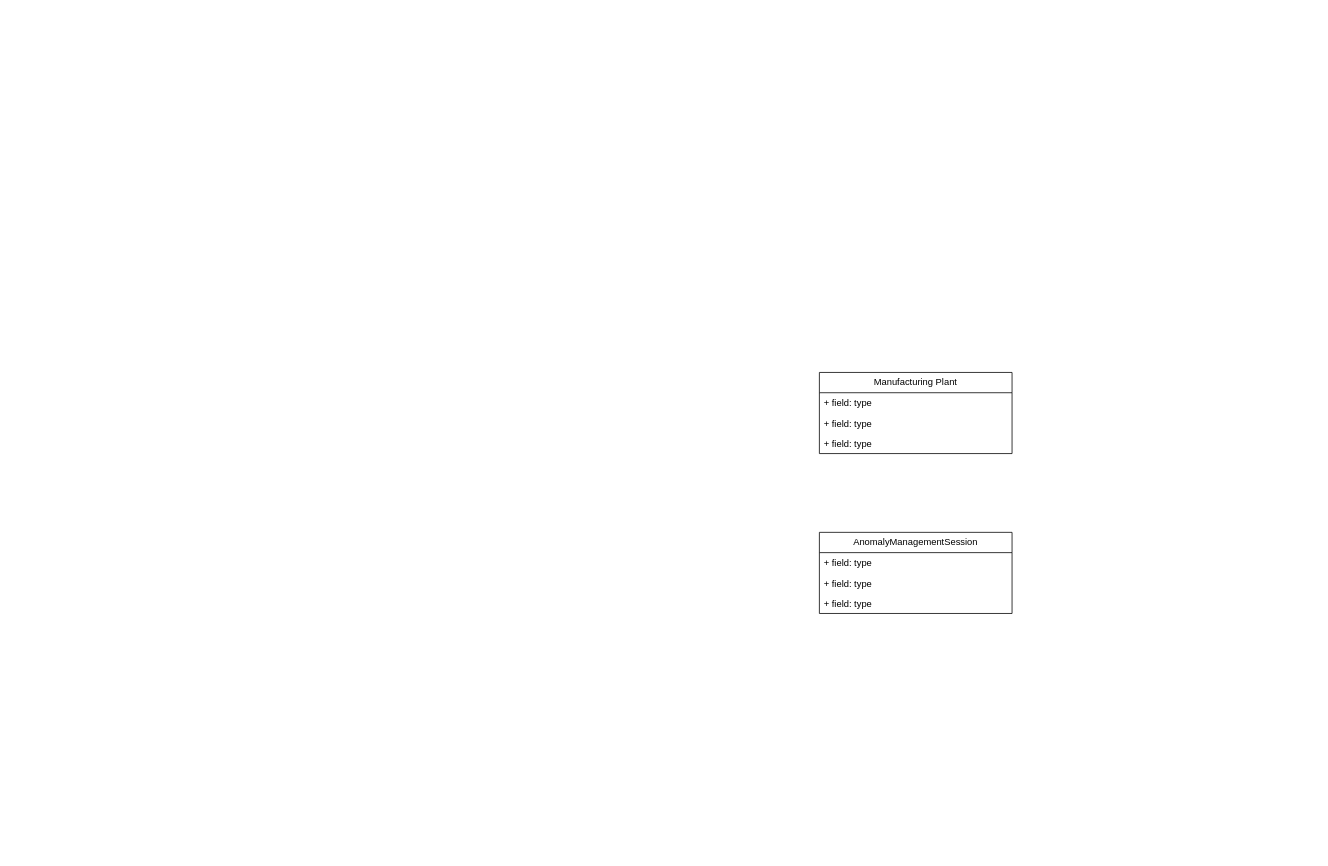
Before: class_diagram_refine.drawio in ShineSoYoung/TEST, a draw.io diagram. Source tidied: cells renumbered, new cells numbered last; positions are measured from the earlier drawing's top-left corner, leaving out a move shared by most shapes. Both pictures are drawn from the tidied source at 78%, with x=0, y=0 at pixel (819, 372).
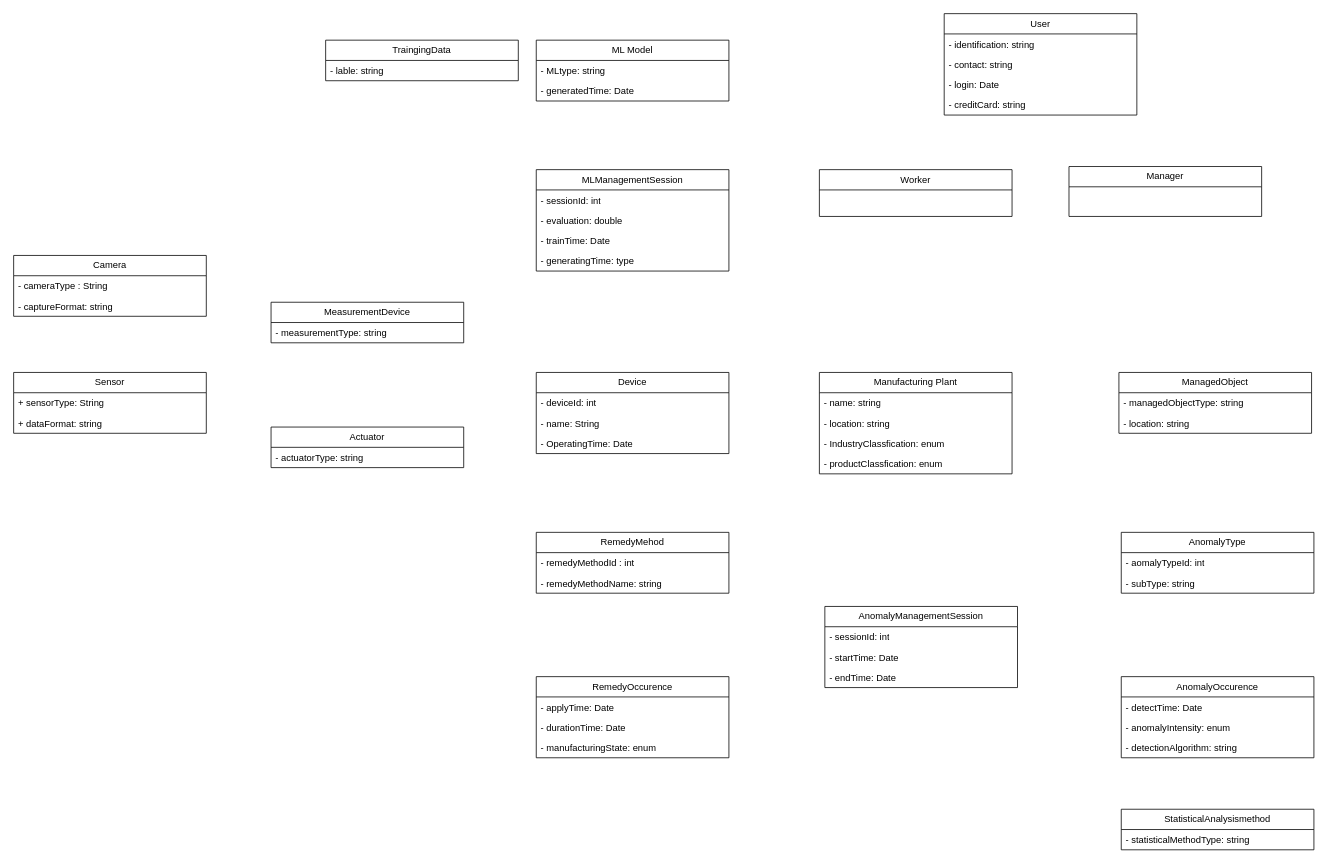
The same diagram, later.

The edit, as a diff of the source:
```diff
@@
     <mxCell id="2" value="Manufacturing Plant" style="swimlane;fontStyle=0;horizontal=1;startSize=26;fillColor=none;whiteSpace=wrap;html=1;" parent="1" vertex="1">
-      <mxGeometry width="247" height="104" as="geometry" />
+      <mxGeometry width="247" height="130" as="geometry" />
     </mxCell>
-    <mxCell id="3" value="+ field: type" style="text;strokeColor=none;fillColor=none;align=left;verticalAlign=top;spacingLeft=4;spacingRight=4;overflow=hidden;whiteSpace=wrap;html=1;" parent="2" vertex="1">
+    <mxCell id="3" value="- name: string" style="text;strokeColor=none;fillColor=none;align=left;verticalAlign=top;spacingLeft=4;spacingRight=4;overflow=hidden;whiteSpace=wrap;html=1;" parent="2" vertex="1">
       <mxGeometry y="26" width="247" height="26" as="geometry" />
     </mxCell>
-    <mxCell id="4" value="+ field: type" style="text;strokeColor=none;fillColor=none;align=left;verticalAlign=top;spacingLeft=4;spacingRight=4;overflow=hidden;whiteSpace=wrap;html=1;" parent="2" vertex="1">
+    <mxCell id="4" value="- location: string" style="text;strokeColor=none;fillColor=none;align=left;verticalAlign=top;spacingLeft=4;spacingRight=4;overflow=hidden;whiteSpace=wrap;html=1;" parent="2" vertex="1">
       <mxGeometry y="52" width="247" height="26" as="geometry" />
     </mxCell>
-    <mxCell id="5" value="+ field: type" style="text;strokeColor=none;fillColor=none;align=left;verticalAlign=top;spacingLeft=4;spacingRight=4;overflow=hidden;whiteSpace=wrap;html=1;" parent="2" vertex="1">
+    <mxCell id="5" value="- IndustryClassfication: enum" style="text;strokeColor=none;fillColor=none;align=left;verticalAlign=top;spacingLeft=4;spacingRight=4;overflow=hidden;whiteSpace=wrap;html=1;" parent="2" vertex="1">
       <mxGeometry y="78" width="247" height="26" as="geometry" />
     </mxCell>
+    <mxCell id="10" value="- productClassfication: enum" style="text;strokeColor=none;fillColor=none;align=left;verticalAlign=top;spacingLeft=4;spacingRight=4;overflow=hidden;whiteSpace=wrap;html=1;" parent="2" vertex="1">
+      <mxGeometry y="104" width="247" height="26" as="geometry" />
+    </mxCell>
     <mxCell id="6" value="AnomalyManagementSession" style="swimlane;fontStyle=0;horizontal=1;startSize=26;fillColor=none;whiteSpace=wrap;html=1;" parent="1" vertex="1">
-      <mxGeometry y="205" width="247" height="104" as="geometry" />
+      <mxGeometry x="7" y="300" width="247" height="104" as="geometry" />
     </mxCell>
+    <mxCell id="11" value="- sessionId: int" style="text;strokeColor=none;fillColor=none;align=left;verticalAlign=top;spacingLeft=4;spacingRight=4;overflow=hidden;whiteSpace=wrap;html=1;" parent="6" vertex="1">
+      <mxGeometry y="26" width="247" height="26" as="geometry" />
+    </mxCell>
-    <mxCell id="7" value="+ field: type" style="text;strokeColor=none;fillColor=none;align=left;verticalAlign=top;spacingLeft=4;spacingRight=4;overflow=hidden;whiteSpace=wrap;html=1;" parent="6" vertex="1">
-      <mxGeometry y="26" width="247" height="26" as="geometry" />
+    <mxCell id="7" value="- startTime: Date" style="text;strokeColor=none;fillColor=none;align=left;verticalAlign=top;spacingLeft=4;spacingRight=4;overflow=hidden;whiteSpace=wrap;html=1;" parent="6" vertex="1">
+      <mxGeometry y="52" width="247" height="26" as="geometry" />
     </mxCell>
-    <mxCell id="8" value="+ field: type" style="text;strokeColor=none;fillColor=none;align=left;verticalAlign=top;spacingLeft=4;spacingRight=4;overflow=hidden;whiteSpace=wrap;html=1;" parent="6" vertex="1">
-      <mxGeometry y="52" width="247" height="26" as="geometry" />
+    <mxCell id="8" value="- endTime: Date" style="text;strokeColor=none;fillColor=none;align=left;verticalAlign=top;spacingLeft=4;spacingRight=4;overflow=hidden;whiteSpace=wrap;html=1;" parent="6" vertex="1">
+      <mxGeometry y="78" width="247" height="26" as="geometry" />
     </mxCell>
-    <mxCell id="9" value="+ field: type" style="text;strokeColor=none;fillColor=none;align=left;verticalAlign=top;spacingLeft=4;spacingRight=4;overflow=hidden;whiteSpace=wrap;html=1;" parent="6" vertex="1">
-      <mxGeometry y="78" width="247" height="26" as="geometry" />
-    </mxCell>
+    <mxCell id="12" value="Device" style="swimlane;fontStyle=0;horizontal=1;startSize=26;fillColor=none;whiteSpace=wrap;html=1;" parent="1" vertex="1">
+      <mxGeometry x="-363" width="247" height="104" as="geometry" />
+    </mxCell>
+    <mxCell id="13" value="- deviceId: int" style="text;strokeColor=none;fillColor=none;align=left;verticalAlign=top;spacingLeft=4;spacingRight=4;overflow=hidden;whiteSpace=wrap;html=1;" parent="12" vertex="1">
+      <mxGeometry y="26" width="247" height="26" as="geometry" />
+    </mxCell>
+    <mxCell id="14" value="- name: String" style="text;strokeColor=none;fillColor=none;align=left;verticalAlign=top;spacingLeft=4;spacingRight=4;overflow=hidden;whiteSpace=wrap;html=1;" parent="12" vertex="1">
+      <mxGeometry y="52" width="247" height="26" as="geometry" />
+    </mxCell>
+    <mxCell id="15" value="- OperatingTime: Date" style="text;strokeColor=none;fillColor=none;align=left;verticalAlign=top;spacingLeft=4;spacingRight=4;overflow=hidden;whiteSpace=wrap;html=1;" parent="12" vertex="1">
+      <mxGeometry y="78" width="247" height="26" as="geometry" />
+    </mxCell>
+    <mxCell id="16" value="MeasurementDevice" style="swimlane;fontStyle=0;horizontal=1;startSize=26;fillColor=none;whiteSpace=wrap;html=1;" parent="1" vertex="1">
+      <mxGeometry x="-703" y="-90" width="247" height="52" as="geometry" />
+    </mxCell>
+    <mxCell id="17" value="- measurementType: string" style="text;strokeColor=none;fillColor=none;align=left;verticalAlign=top;spacingLeft=4;spacingRight=4;overflow=hidden;whiteSpace=wrap;html=1;" parent="16" vertex="1">
+      <mxGeometry y="26" width="247" height="26" as="geometry" />
+    </mxCell>
+    <mxCell id="18" value="Actuator" style="swimlane;fontStyle=0;horizontal=1;startSize=26;fillColor=none;whiteSpace=wrap;html=1;" parent="1" vertex="1">
+      <mxGeometry x="-703" y="70" width="247" height="52" as="geometry" />
+    </mxCell>
+    <mxCell id="19" value="- actuatorType: string" style="text;strokeColor=none;fillColor=none;align=left;verticalAlign=top;spacingLeft=4;spacingRight=4;overflow=hidden;whiteSpace=wrap;html=1;" parent="18" vertex="1">
+      <mxGeometry y="26" width="247" height="26" as="geometry" />
+    </mxCell>
+    <mxCell id="20" value="Camera" style="swimlane;fontStyle=0;horizontal=1;startSize=26;fillColor=none;whiteSpace=wrap;html=1;" parent="1" vertex="1">
+      <mxGeometry x="-1033" y="-150" width="247" height="78" as="geometry" />
+    </mxCell>
+    <mxCell id="21" value="- cameraType : String" style="text;strokeColor=none;fillColor=none;align=left;verticalAlign=top;spacingLeft=4;spacingRight=4;overflow=hidden;whiteSpace=wrap;html=1;" parent="20" vertex="1">
+      <mxGeometry y="26" width="247" height="26" as="geometry" />
+    </mxCell>
+    <mxCell id="22" value="- captureFormat: string" style="text;strokeColor=none;fillColor=none;align=left;verticalAlign=top;spacingLeft=4;spacingRight=4;overflow=hidden;whiteSpace=wrap;html=1;" parent="20" vertex="1">
+      <mxGeometry y="52" width="247" height="26" as="geometry" />
+    </mxCell>
+    <mxCell id="23" value="Sensor" style="swimlane;fontStyle=0;horizontal=1;startSize=26;fillColor=none;whiteSpace=wrap;html=1;" parent="1" vertex="1">
+      <mxGeometry x="-1033" width="247" height="78" as="geometry" />
+    </mxCell>
+    <mxCell id="24" value="+ sensorType: String" style="text;strokeColor=none;fillColor=none;align=left;verticalAlign=top;spacingLeft=4;spacingRight=4;overflow=hidden;whiteSpace=wrap;html=1;" parent="23" vertex="1">
+      <mxGeometry y="26" width="247" height="26" as="geometry" />
+    </mxCell>
+    <mxCell id="25" value="+ dataFormat: string" style="text;strokeColor=none;fillColor=none;align=left;verticalAlign=top;spacingLeft=4;spacingRight=4;overflow=hidden;whiteSpace=wrap;html=1;" parent="23" vertex="1">
+      <mxGeometry y="52" width="247" height="26" as="geometry" />
+    </mxCell>
+    <mxCell id="26" value="AnomalyType" style="swimlane;fontStyle=0;horizontal=1;startSize=26;fillColor=none;whiteSpace=wrap;html=1;" parent="1" vertex="1">
+      <mxGeometry x="387" y="205" width="247" height="78" as="geometry" />
+    </mxCell>
+    <mxCell id="27" value="- aomalyTypeId: int" style="text;strokeColor=none;fillColor=none;align=left;verticalAlign=top;spacingLeft=4;spacingRight=4;overflow=hidden;whiteSpace=wrap;html=1;" parent="26" vertex="1">
+      <mxGeometry y="26" width="247" height="26" as="geometry" />
+    </mxCell>
+    <mxCell id="28" value="- subType: string" style="text;strokeColor=none;fillColor=none;align=left;verticalAlign=top;spacingLeft=4;spacingRight=4;overflow=hidden;whiteSpace=wrap;html=1;" parent="26" vertex="1">
+      <mxGeometry y="52" width="247" height="26" as="geometry" />
+    </mxCell>
+    <mxCell id="29" value="AnomalyOccurence" style="swimlane;fontStyle=0;horizontal=1;startSize=26;fillColor=none;whiteSpace=wrap;html=1;" parent="1" vertex="1">
+      <mxGeometry x="387" y="390" width="247" height="104" as="geometry" />
+    </mxCell>
+    <mxCell id="30" value="- detectTime: Date" style="text;strokeColor=none;fillColor=none;align=left;verticalAlign=top;spacingLeft=4;spacingRight=4;overflow=hidden;whiteSpace=wrap;html=1;" parent="29" vertex="1">
+      <mxGeometry y="26" width="247" height="26" as="geometry" />
+    </mxCell>
+    <mxCell id="31" value="- anomalyIntensity: enum" style="text;strokeColor=none;fillColor=none;align=left;verticalAlign=top;spacingLeft=4;spacingRight=4;overflow=hidden;whiteSpace=wrap;html=1;" parent="29" vertex="1">
+      <mxGeometry y="52" width="247" height="26" as="geometry" />
+    </mxCell>
+    <mxCell id="32" value="- detectionAlgorithm: string" style="text;strokeColor=none;fillColor=none;align=left;verticalAlign=top;spacingLeft=4;spacingRight=4;overflow=hidden;whiteSpace=wrap;html=1;" parent="29" vertex="1">
+      <mxGeometry y="78" width="247" height="26" as="geometry" />
+    </mxCell>
+    <mxCell id="33" value="RemedyOccurence" style="swimlane;fontStyle=0;horizontal=1;startSize=26;fillColor=none;whiteSpace=wrap;html=1;" parent="1" vertex="1">
+      <mxGeometry x="-363" y="390" width="247" height="104" as="geometry" />
+    </mxCell>
+    <mxCell id="34" value="- applyTime: Date" style="text;strokeColor=none;fillColor=none;align=left;verticalAlign=top;spacingLeft=4;spacingRight=4;overflow=hidden;whiteSpace=wrap;html=1;" parent="33" vertex="1">
+      <mxGeometry y="26" width="247" height="26" as="geometry" />
+    </mxCell>
+    <mxCell id="35" value="- durationTime: Date" style="text;strokeColor=none;fillColor=none;align=left;verticalAlign=top;spacingLeft=4;spacingRight=4;overflow=hidden;whiteSpace=wrap;html=1;" parent="33" vertex="1">
+      <mxGeometry y="52" width="247" height="26" as="geometry" />
+    </mxCell>
+    <mxCell id="36" value="- manufacturingState: enum" style="text;strokeColor=none;fillColor=none;align=left;verticalAlign=top;spacingLeft=4;spacingRight=4;overflow=hidden;whiteSpace=wrap;html=1;" parent="33" vertex="1">
+      <mxGeometry y="78" width="247" height="26" as="geometry" />
+    </mxCell>
+    <mxCell id="37" value="RemedyMehod" style="swimlane;fontStyle=0;horizontal=1;startSize=26;fillColor=none;whiteSpace=wrap;html=1;" parent="1" vertex="1">
+      <mxGeometry x="-363" y="205" width="247" height="78" as="geometry" />
+    </mxCell>
+    <mxCell id="38" value="- remedyMethodId : int" style="text;strokeColor=none;fillColor=none;align=left;verticalAlign=top;spacingLeft=4;spacingRight=4;overflow=hidden;whiteSpace=wrap;html=1;" parent="37" vertex="1">
+      <mxGeometry y="26" width="247" height="26" as="geometry" />
+    </mxCell>
+    <mxCell id="39" value="- remedyMethodName: string" style="text;strokeColor=none;fillColor=none;align=left;verticalAlign=top;spacingLeft=4;spacingRight=4;overflow=hidden;whiteSpace=wrap;html=1;" parent="37" vertex="1">
+      <mxGeometry y="52" width="247" height="26" as="geometry" />
+    </mxCell>
+    <mxCell id="40" value="Worker" style="swimlane;fontStyle=0;horizontal=1;startSize=26;fillColor=none;whiteSpace=wrap;html=1;" parent="1" vertex="1">
+      <mxGeometry y="-260" width="247" height="60" as="geometry" />
+    </mxCell>
+    <mxCell id="41" value="Manager" style="swimlane;fontStyle=0;horizontal=1;startSize=26;fillColor=none;whiteSpace=wrap;html=1;" parent="1" vertex="1">
+      <mxGeometry x="320" y="-264" width="247" height="64" as="geometry" />
+    </mxCell>
+    <mxCell id="42" value="User" style="swimlane;fontStyle=0;horizontal=1;startSize=26;fillColor=none;whiteSpace=wrap;html=1;" parent="1" vertex="1">
+      <mxGeometry x="160" y="-460" width="247" height="130" as="geometry" />
+    </mxCell>
+    <mxCell id="43" value="- identification: string" style="text;strokeColor=none;fillColor=none;align=left;verticalAlign=top;spacingLeft=4;spacingRight=4;overflow=hidden;whiteSpace=wrap;html=1;" parent="42" vertex="1">
+      <mxGeometry y="26" width="247" height="26" as="geometry" />
+    </mxCell>
+    <mxCell id="44" value="- contact: string" style="text;strokeColor=none;fillColor=none;align=left;verticalAlign=top;spacingLeft=4;spacingRight=4;overflow=hidden;whiteSpace=wrap;html=1;" parent="42" vertex="1">
+      <mxGeometry y="52" width="247" height="26" as="geometry" />
+    </mxCell>
+    <mxCell id="45" value="- login: Date" style="text;strokeColor=none;fillColor=none;align=left;verticalAlign=top;spacingLeft=4;spacingRight=4;overflow=hidden;whiteSpace=wrap;html=1;" parent="42" vertex="1">
+      <mxGeometry y="78" width="247" height="26" as="geometry" />
+    </mxCell>
+    <mxCell id="46" value="- creditCard: string" style="text;strokeColor=none;fillColor=none;align=left;verticalAlign=top;spacingLeft=4;spacingRight=4;overflow=hidden;whiteSpace=wrap;html=1;" parent="42" vertex="1">
+      <mxGeometry y="104" width="247" height="26" as="geometry" />
+    </mxCell>
+    <mxCell id="47" value="ManagedObject" style="swimlane;fontStyle=0;horizontal=1;startSize=26;fillColor=none;whiteSpace=wrap;html=1;" parent="1" vertex="1">
+      <mxGeometry x="384" width="247" height="78" as="geometry" />
+    </mxCell>
+    <mxCell id="48" value="- managedObjectType: string" style="text;strokeColor=none;fillColor=none;align=left;verticalAlign=top;spacingLeft=4;spacingRight=4;overflow=hidden;whiteSpace=wrap;html=1;" parent="47" vertex="1">
+      <mxGeometry y="26" width="247" height="26" as="geometry" />
+    </mxCell>
+    <mxCell id="49" value="- location: string" style="text;strokeColor=none;fillColor=none;align=left;verticalAlign=top;spacingLeft=4;spacingRight=4;overflow=hidden;whiteSpace=wrap;html=1;" parent="47" vertex="1">
+      <mxGeometry y="52" width="247" height="26" as="geometry" />
+    </mxCell>
+    <mxCell id="50" value="MLManagementSession" style="swimlane;fontStyle=0;horizontal=1;startSize=26;fillColor=none;whiteSpace=wrap;html=1;" parent="1" vertex="1">
+      <mxGeometry x="-363" y="-260" width="247" height="130" as="geometry" />
+    </mxCell>
+    <mxCell id="51" value="- sessionId: int" style="text;strokeColor=none;fillColor=none;align=left;verticalAlign=top;spacingLeft=4;spacingRight=4;overflow=hidden;whiteSpace=wrap;html=1;" parent="50" vertex="1">
+      <mxGeometry y="26" width="247" height="26" as="geometry" />
+    </mxCell>
+    <mxCell id="52" value="- evaluation: double" style="text;strokeColor=none;fillColor=none;align=left;verticalAlign=top;spacingLeft=4;spacingRight=4;overflow=hidden;whiteSpace=wrap;html=1;" parent="50" vertex="1">
+      <mxGeometry y="52" width="247" height="26" as="geometry" />
+    </mxCell>
+    <mxCell id="53" value="- trainTime: Date" style="text;strokeColor=none;fillColor=none;align=left;verticalAlign=top;spacingLeft=4;spacingRight=4;overflow=hidden;whiteSpace=wrap;html=1;" parent="50" vertex="1">
+      <mxGeometry y="78" width="247" height="26" as="geometry" />
+    </mxCell>
+    <mxCell id="54" value="- generatingTime: type" style="text;strokeColor=none;fillColor=none;align=left;verticalAlign=top;spacingLeft=4;spacingRight=4;overflow=hidden;whiteSpace=wrap;html=1;" parent="50" vertex="1">
+      <mxGeometry y="104" width="247" height="26" as="geometry" />
+    </mxCell>
+    <mxCell id="55" value="ML Model" style="swimlane;fontStyle=0;horizontal=1;startSize=26;fillColor=none;whiteSpace=wrap;html=1;" parent="1" vertex="1">
+      <mxGeometry x="-363" y="-426" width="247" height="78" as="geometry" />
+    </mxCell>
+    <mxCell id="56" value="- MLtype: string" style="text;strokeColor=none;fillColor=none;align=left;verticalAlign=top;spacingLeft=4;spacingRight=4;overflow=hidden;whiteSpace=wrap;html=1;" parent="55" vertex="1">
+      <mxGeometry y="26" width="247" height="26" as="geometry" />
+    </mxCell>
+    <mxCell id="57" value="- generatedTime: Date" style="text;strokeColor=none;fillColor=none;align=left;verticalAlign=top;spacingLeft=4;spacingRight=4;overflow=hidden;whiteSpace=wrap;html=1;" parent="55" vertex="1">
+      <mxGeometry y="52" width="247" height="26" as="geometry" />
+    </mxCell>
+    <mxCell id="58" value="StatisticalAnalysismethod" style="swimlane;fontStyle=0;horizontal=1;startSize=26;fillColor=none;whiteSpace=wrap;html=1;" parent="1" vertex="1">
+      <mxGeometry x="387" y="560" width="247" height="52" as="geometry" />
+    </mxCell>
+    <mxCell id="59" value="- statisticalMethodType: string" style="text;strokeColor=none;fillColor=none;align=left;verticalAlign=top;spacingLeft=4;spacingRight=4;overflow=hidden;whiteSpace=wrap;html=1;" parent="58" vertex="1">
+      <mxGeometry y="26" width="247" height="26" as="geometry" />
+    </mxCell>
+    <mxCell id="60" value="TraingingData" style="swimlane;fontStyle=0;horizontal=1;startSize=26;fillColor=none;whiteSpace=wrap;html=1;" parent="1" vertex="1">
+      <mxGeometry x="-633" y="-426" width="247" height="52" as="geometry" />
+    </mxCell>
+    <mxCell id="61" value="- lable: string" style="text;strokeColor=none;fillColor=none;align=left;verticalAlign=top;spacingLeft=4;spacingRight=4;overflow=hidden;whiteSpace=wrap;html=1;" parent="60" vertex="1">
+      <mxGeometry y="26" width="247" height="26" as="geometry" />
+    </mxCell>
```
